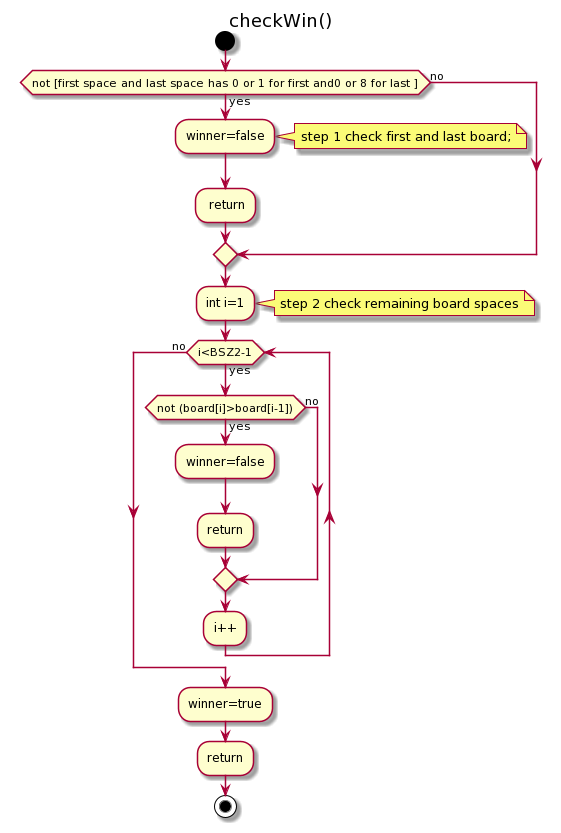
This is schema/puzzle_checkwin.png from deeperj/rust, a PlantUML export, as it was before one commit.
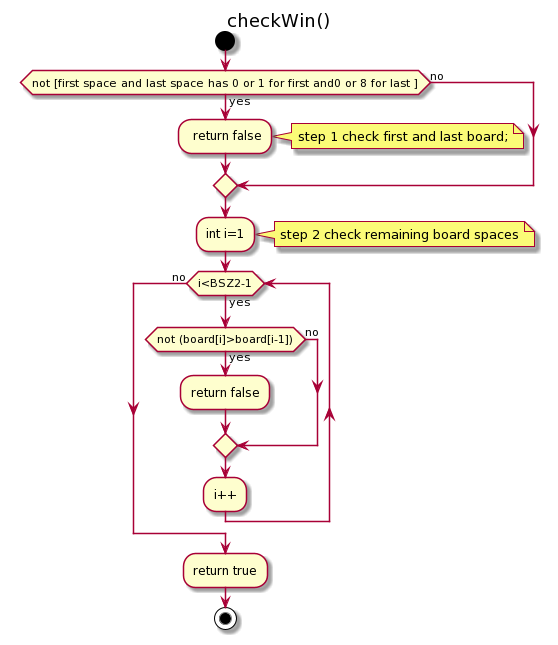
After the commit.

Change to the diagram source:
```diff
@@ -4,9 +4,8 @@
 
 
 if(not [first space and last space has 0 or 1 for first and0 or 8 for last ]) then (yes)
-:winner=false;
+: return false;
 note right: step 1 check first and last board;
-: return;
 else(no)
 endif
 :int i=1;
@@ -15,17 +14,13 @@
 while(i<BSZ2-1) is (yes)
 
 if(not (board[i]>board[i-1])) then (yes)
-
- :winner=false;
-
- :return;
+ :return false;
 else(no)
 endif
  :i++;
 
 end while (no)
 
-:winner=true;
-:return;
+:return true;
 Stop
 @enduml
```
